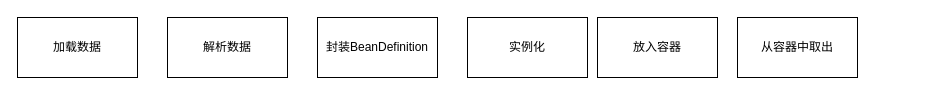
The draw.io diagram spring流程图.drawio in huangkemingyyds/drawing, before the edit. Source tidied: cells renumbered, new cells numbered last; positions are measured from the earlier drawing's top-left corner, leaving out a move shared by most shapes. Both pictures are drawn from the tidied source at 100%, with x=0, y=0 at pixel (17, 17).
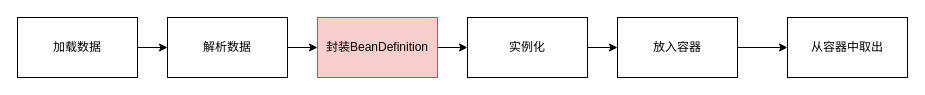
Above is the later version.

Commit message (it also covers changes not shown here):
更新spring流程图.drawio

Change to the diagram source:
```diff
@@
 <mxGraphModel>
   <root>
     <mxCell id="0" />
     <mxCell id="1" parent="0" />
+    <mxCell id="8" style="edgeStyle=orthogonalEdgeStyle;rounded=0;jettySize=auto;html=1;exitX=1;exitY=0.5;exitDx=0;exitDy=0;entryX=0;entryY=0.5;entryDx=0;entryDy=0;" parent="1" edge="1" source="2" target="3">
+      <mxGeometry relative="1" as="geometry" />
+    </mxCell>
     <mxCell id="2" value="加载数据" style="rounded=0;whiteSpace=wrap;html=1;" parent="1" vertex="1">
       <mxGeometry width="120" height="60" as="geometry" />
     </mxCell>
+    <mxCell id="9" style="edgeStyle=orthogonalEdgeStyle;rounded=0;jettySize=auto;html=1;exitX=1;exitY=0.5;exitDx=0;exitDy=0;entryX=0;entryY=0.5;entryDx=0;entryDy=0;" parent="1" edge="1" source="3" target="4">
+      <mxGeometry relative="1" as="geometry" />
+    </mxCell>
     <mxCell id="3" value="解析数据" style="rounded=0;whiteSpace=wrap;html=1;" parent="1" vertex="1">
       <mxGeometry x="150" width="120" height="60" as="geometry" />
     </mxCell>
+    <mxCell id="10" style="edgeStyle=orthogonalEdgeStyle;rounded=0;jettySize=auto;html=1;exitX=1;exitY=0.5;exitDx=0;exitDy=0;entryX=0;entryY=0.5;entryDx=0;entryDy=0;" parent="1" edge="1" source="4" target="5">
+      <mxGeometry relative="1" as="geometry" />
+    </mxCell>
-    <mxCell id="4" value="封装BeanDefinition" style="rounded=0;whiteSpace=wrap;html=1;" parent="1" vertex="1">
+    <mxCell id="4" value="封装BeanDefinition" style="rounded=0;whiteSpace=wrap;html=1;fillColor=#f8cecc;strokeColor=#b85450;" parent="1" vertex="1">
       <mxGeometry x="300" width="120" height="60" as="geometry" />
     </mxCell>
+    <mxCell id="11" style="edgeStyle=orthogonalEdgeStyle;rounded=0;jettySize=auto;html=1;exitX=1;exitY=0.5;exitDx=0;exitDy=0;entryX=0;entryY=0.5;entryDx=0;entryDy=0;" parent="1" edge="1" source="5" target="6">
+      <mxGeometry relative="1" as="geometry" />
+    </mxCell>
     <mxCell id="5" value="实例化" style="rounded=0;whiteSpace=wrap;html=1;" parent="1" vertex="1">
       <mxGeometry x="450" width="120" height="60" as="geometry" />
     </mxCell>
+    <mxCell id="12" style="edgeStyle=orthogonalEdgeStyle;rounded=0;jettySize=auto;html=1;exitX=1;exitY=0.5;exitDx=0;exitDy=0;entryX=0;entryY=0.5;entryDx=0;entryDy=0;" parent="1" edge="1" source="6" target="7">
+      <mxGeometry relative="1" as="geometry" />
+    </mxCell>
     <mxCell id="6" value="放入容器&lt;br&gt;" style="rounded=0;whiteSpace=wrap;html=1;" parent="1" vertex="1">
-      <mxGeometry x="580" width="120" height="60" as="geometry" />
+      <mxGeometry x="600" width="120" height="60" as="geometry" />
     </mxCell>
     <mxCell id="7" value="从容器中取出" style="rounded=0;whiteSpace=wrap;html=1;" parent="1" vertex="1">
-      <mxGeometry x="720" width="120" height="60" as="geometry" />
+      <mxGeometry x="770" width="120" height="60" as="geometry" />
     </mxCell>
   </root>
 </mxGraphModel>
```
